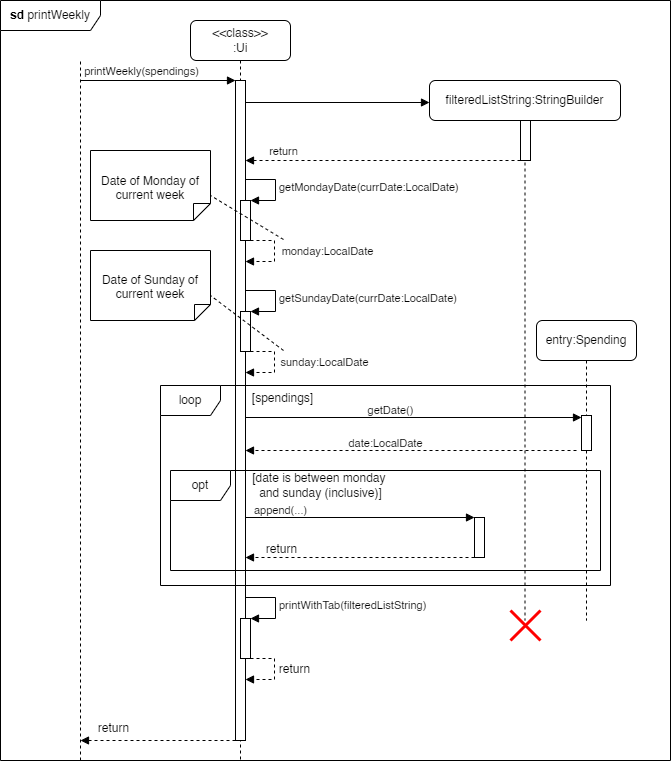
wongwh2002/CS2113TeamProject keeps this draw.io diagram as docs/Diagrams/Commands/printWeekly.png. Above is the earlier version. Source tidied: cells renumbered, new cells last; positions are measured from the earlier drawing's top-left corner, leaving out a move shared by most shapes.
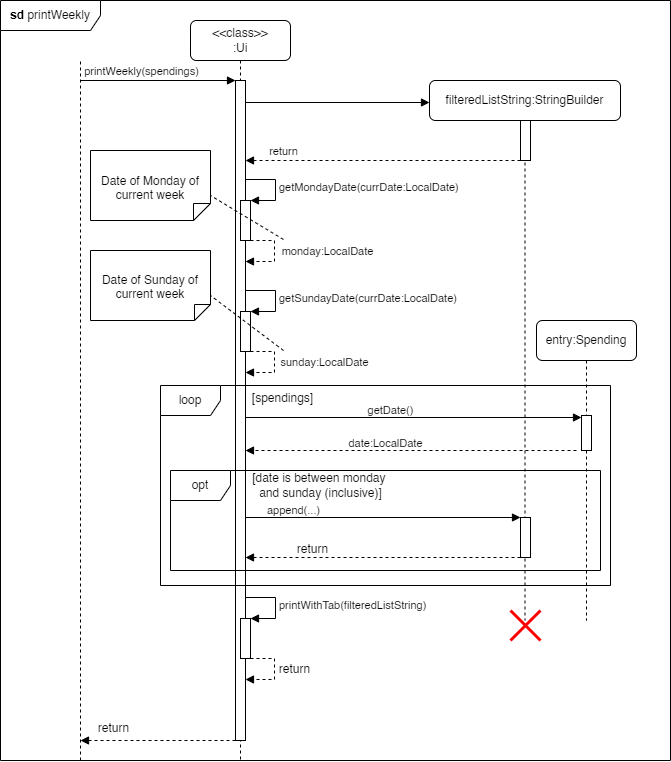
Later version of the same file.

What changed in the source:
```diff
@@ -180,7 +180,7 @@
       <mxGeometry x="240" y="465" width="160" height="40" as="geometry" />
     </mxCell>
     <mxCell id="38" style="html=1;points=[[0,0,0,0,5],[0,1,0,0,-5],[1,0,0,0,5],[1,1,0,0,-5]];perimeter=orthogonalPerimeter;outlineConnect=0;targetShapes=umlLifeline;portConstraint=eastwest;newEdgeStyle={&quot;curved&quot;:0,&quot;rounded&quot;:0};" parent="1" vertex="1">
-      <mxGeometry x="474" y="517" width="10" height="40" as="geometry" />
+      <mxGeometry x="520" y="517" width="10" height="40" as="geometry" />
     </mxCell>
     <mxCell id="39" style="html=1;verticalAlign=bottom;labelBackgroundColor=none;endArrow=block;endFill=1;rounded=0;" parent="1" edge="1" target="38">
       <mxGeometry relative="1" as="geometry">
@@ -192,9 +192,8 @@
         <mxPoint x="-29" y="-8" as="offset" />
       </mxGeometry>
     </mxCell>
-    <mxCell id="41" style="html=1;verticalAlign=bottom;labelBackgroundColor=none;endArrow=block;endFill=1;dashed=1;rounded=0;" parent="1" edge="1">
+    <mxCell id="41" style="html=1;verticalAlign=bottom;labelBackgroundColor=none;endArrow=block;endFill=1;dashed=1;rounded=0;" parent="1" edge="1" source="38">
       <mxGeometry relative="1" as="geometry">
-        <mxPoint x="474" y="557" as="sourcePoint" />
         <mxPoint x="245" y="557" as="targetPoint" />
       </mxGeometry>
     </mxCell>
```
